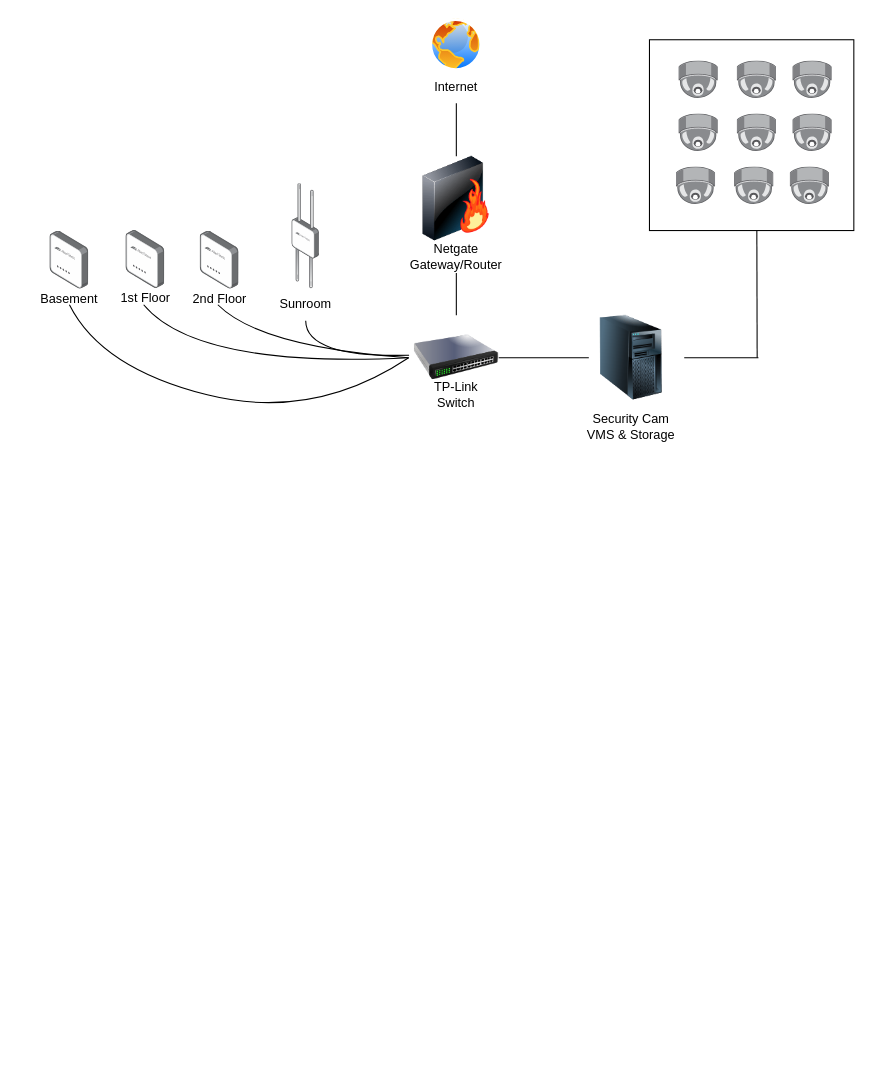
Earlier version of the draw.io diagram page "Page-2" (2 of 2) of Untitled Diagram.drawio (mannyvnj/Draw.io). Source tidied: cells renumbered, new cells numbered last; positions are measured from the earlier drawing's top-left corner, leaving out a move shared by most shapes. Both pictures are drawn from the tidied source at 106%, with x=0, y=0 at pixel (37, 18). Pictures stored in the file or linked from it are replaced by grey dashed boxes.
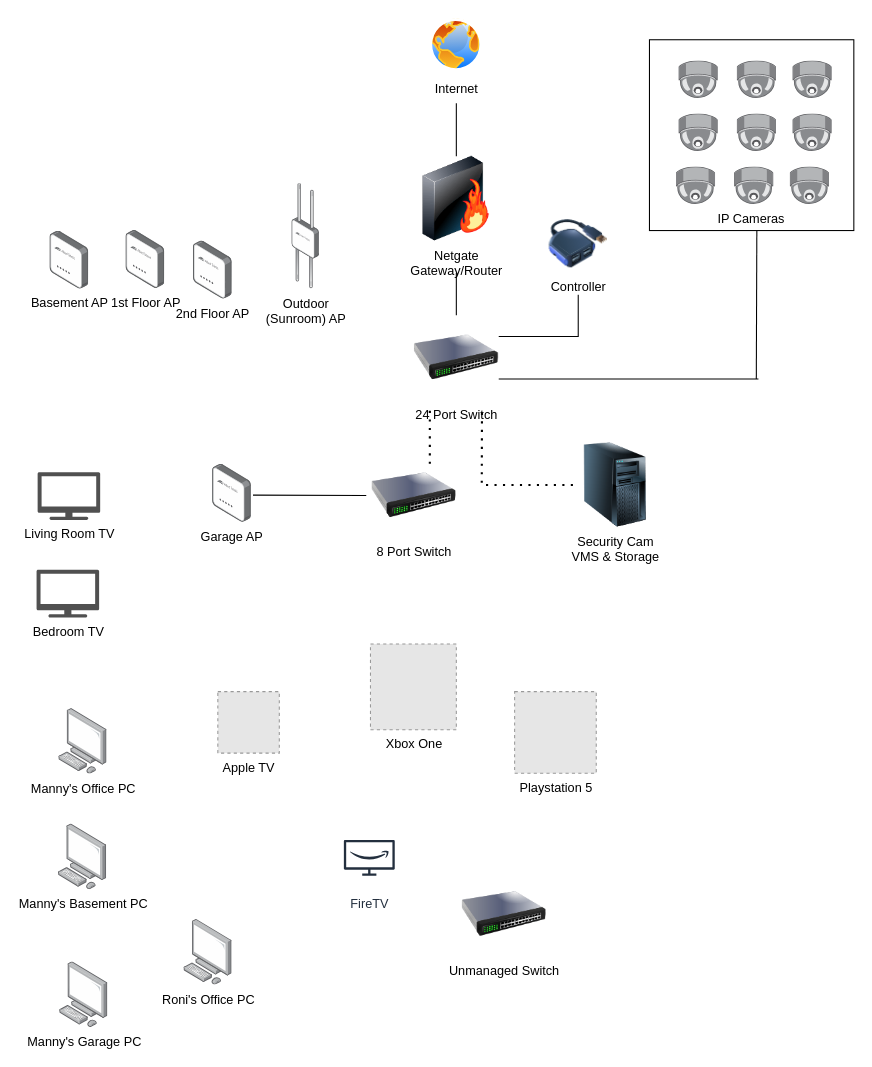
The same diagram, later.

Change to the diagram source:
```diff
@@
-    <mxCell id="2" style="perimeter=ellipsePerimeter;html=1;align=center;shadow=0;dashed=0;spacingTop=3;image;image=img/lib/active_directory/internet_globe.svg;" parent="1" vertex="1">
+    <mxCell id="2" value="Internet" style="perimeter=ellipsePerimeter;html=1;align=center;shadow=0;dashed=0;spacingTop=3;image;image=img/lib/active_directory/internet_globe.svg;" parent="1" vertex="1">
       <mxGeometry x="370" width="50" height="50" as="geometry" />
     </mxCell>
-    <mxCell id="3" style="image;html=1;image=img/lib/clip_art/networking/Firewall-page1_128x128.png;" parent="1" vertex="1">
+    <mxCell id="3" value="&lt;div&gt;Netgate &lt;br&gt;&lt;/div&gt;&lt;div&gt;Gateway/Router&lt;/div&gt;" style="image;html=1;image=img/lib/clip_art/networking/Firewall-page1_128x128.png;" parent="1" vertex="1">
       <mxGeometry x="355" y="130" width="80" height="80" as="geometry" />
     </mxCell>
-    <mxCell id="4" style="endArrow=none;html=1;rounded=0;entryX=0.5;entryY=1;entryDx=0;entryDy=0;exitX=0.5;exitY=0;exitDx=0;exitDy=0;startArrow=none;" parent="1" edge="1" source="12" target="2">
-      <mxGeometry relative="1" as="geometry" />
+    <mxCell id="4" style="endArrow=none;html=1;rounded=0;entryX=0.5;entryY=1;entryDx=0;entryDy=0;exitX=0.5;exitY=0;exitDx=0;exitDy=0;startArrow=none;" parent="1" edge="1" target="2">
+      <mxGeometry relative="1" as="geometry">
+        <mxPoint x="395" y="50" as="sourcePoint" />
+      </mxGeometry>
     </mxCell>
-    <mxCell id="5" style="image;html=1;image=img/lib/clip_art/networking/Switch_128x128.png;" parent="1" vertex="1">
+    <mxCell id="5" value="24 Port Switch" style="image;html=1;image=img/lib/clip_art/networking/Switch_128x128.png;" parent="1" vertex="1">
       <mxGeometry x="355" y="280" width="80" height="80" as="geometry" />
     </mxCell>
-    <mxCell id="6" style="endArrow=none;html=1;rounded=0;exitX=0.5;exitY=0;exitDx=0;exitDy=0;entryX=0.5;entryY=1;entryDx=0;entryDy=0;startArrow=none;" parent="1" edge="1" source="10" target="3">
-      <mxGeometry relative="1" as="geometry" />
+    <mxCell id="6" style="endArrow=none;html=1;rounded=0;exitX=0.5;exitY=0;exitDx=0;exitDy=0;entryX=0.5;entryY=1;entryDx=0;entryDy=0;startArrow=none;" parent="1" edge="1" target="3">
+      <mxGeometry relative="1" as="geometry">
+        <mxPoint x="395" y="210" as="sourcePoint" />
+      </mxGeometry>
     </mxCell>
-    <mxCell id="7" style="image;html=1;image=img/lib/clip_art/computers/Server_Tower_128x128.png;" parent="1" vertex="1">
-      <mxGeometry x="520" y="280" width="80" height="80" as="geometry" />
+    <mxCell id="7" value="&lt;div&gt;Security Cam&lt;/div&gt;&lt;div&gt;VMS &amp;amp; Storage&lt;br&gt;&lt;/div&gt;" style="image;html=1;image=img/lib/clip_art/computers/Server_Tower_128x128.png;" parent="1" vertex="1">
+      <mxGeometry x="505" y="400" width="80" height="80" as="geometry" />
     </mxCell>
-    <mxCell id="8" value="TP-Link Switch" style="text;html=1;strokeColor=none;fillColor=none;align=center;verticalAlign=middle;whiteSpace=wrap;rounded=0;" parent="1" vertex="1">
-      <mxGeometry x="365" y="340" width="60" height="30" as="geometry" />
-    </mxCell>
-    <mxCell id="9" value="Security Cam VMS &amp;amp; Storage" style="text;html=1;strokeColor=none;fillColor=none;align=center;verticalAlign=middle;whiteSpace=wrap;rounded=0;" parent="1" vertex="1">
-      <mxGeometry x="515" y="370" width="90" height="30" as="geometry" />
-    </mxCell>
-    <mxCell id="10" value="Netgate Gateway/Router" style="text;html=1;strokeColor=none;fillColor=none;align=center;verticalAlign=middle;whiteSpace=wrap;rounded=0;" parent="1" vertex="1">
-      <mxGeometry x="365" y="210" width="60" height="30" as="geometry" />
-    </mxCell>
-    <mxCell id="11" style="endArrow=none;html=1;rounded=0;exitX=0.5;exitY=0;exitDx=0;exitDy=0;entryX=0.5;entryY=1;entryDx=0;entryDy=0;" parent="1" edge="1" source="5" target="10">
-      <mxGeometry relative="1" as="geometry" />
+    <mxCell id="11" style="endArrow=none;html=1;rounded=0;exitX=0.5;exitY=0;exitDx=0;exitDy=0;entryX=0.5;entryY=1;entryDx=0;entryDy=0;" parent="1" edge="1" source="5">
+      <mxGeometry relative="1" as="geometry">
+        <mxPoint x="395" y="240" as="targetPoint" />
+      </mxGeometry>
     </mxCell>
-    <mxCell id="12" value="Internet" style="text;html=1;strokeColor=none;fillColor=none;align=center;verticalAlign=middle;whiteSpace=wrap;rounded=0;" parent="1" vertex="1">
-      <mxGeometry x="365" y="50" width="60" height="30" as="geometry" />
-    </mxCell>
-    <mxCell id="13" style="endArrow=none;html=1;rounded=0;entryX=0.5;entryY=1;entryDx=0;entryDy=0;exitX=0.5;exitY=0;exitDx=0;exitDy=0;" parent="1" edge="1" source="3" target="12">
-      <mxGeometry relative="1" as="geometry" />
+    <mxCell id="13" style="endArrow=none;html=1;rounded=0;entryX=0.5;entryY=1;entryDx=0;entryDy=0;exitX=0.5;exitY=0;exitDx=0;exitDy=0;" parent="1" edge="1" source="3">
+      <mxGeometry relative="1" as="geometry">
+        <mxPoint x="395" y="80" as="targetPoint" />
+      </mxGeometry>
     </mxCell>
-    <mxCell id="14" style="endArrow=none;html=1;rounded=0;entryX=0;entryY=0.5;entryDx=0;entryDy=0;exitX=1;exitY=0.5;exitDx=0;exitDy=0;" parent="1" edge="1" source="5" target="7">
-      <mxGeometry relative="1" as="geometry" />
-    </mxCell>
@@
-    <mxCell id="24" style="rounded=0;whiteSpace=wrap;html=1;fillColor=none;" parent="1" vertex="1">
+    <mxCell id="24" value="&lt;div&gt;&lt;br&gt;&lt;/div&gt;&lt;div&gt;&lt;br&gt;&lt;/div&gt;&lt;div&gt;&lt;br&gt;&lt;/div&gt;&lt;div&gt;&lt;br&gt;&lt;/div&gt;&lt;div&gt;&lt;br&gt;&lt;/div&gt;&lt;div&gt;&lt;br&gt;&lt;/div&gt;&lt;div&gt;&lt;br&gt;&lt;/div&gt;&lt;div&gt;&lt;br&gt;&lt;/div&gt;&lt;div&gt;&lt;br&gt;&lt;/div&gt;&lt;div&gt;&lt;br&gt;&lt;/div&gt;&lt;div&gt;&lt;br&gt;&lt;/div&gt;&lt;div&gt;IP Cameras&lt;br&gt;&lt;/div&gt;" style="rounded=0;whiteSpace=wrap;html=1;fillColor=none;" parent="1" vertex="1">
       <mxGeometry x="577.2" y="20" width="192.8" height="180" as="geometry" />
     </mxCell>
     <mxCell id="25" style="endArrow=none;html=1;rounded=0;" parent="1" edge="1">
       <mxGeometry relative="1" as="geometry">
-        <mxPoint x="678.8" y="320" as="sourcePoint" />
+        <mxPoint x="678" y="340" as="sourcePoint" />
         <mxPoint x="678.5" y="200" as="targetPoint" />
       </mxGeometry>
     </mxCell>
-    <mxCell id="26" style="endArrow=none;html=1;rounded=0;" parent="1" edge="1">
+    <mxCell id="26" style="endArrow=none;html=1;rounded=0;exitX=1;exitY=0.75;exitDx=0;exitDy=0;" parent="1" edge="1" source="5">
       <mxGeometry relative="1" as="geometry">
-        <mxPoint x="610" y="320" as="sourcePoint" />
-        <mxPoint x="680" y="320" as="targetPoint" />
+        <mxPoint x="680" y="340" as="targetPoint" />
       </mxGeometry>
     </mxCell>
-    <mxCell id="27" style="html=1;align=center;shadow=0;dashed=0;image;image=img/lib/allied_telesis/wireless/Access_Point_Indoor.svg;fillColor=none;" parent="1" vertex="1">
+    <mxCell id="27" value="Basement AP" style="html=1;align=center;shadow=0;dashed=0;image;image=img/lib/allied_telesis/wireless/Access_Point_Indoor.svg;fillColor=none;" parent="1" vertex="1">
       <mxGeometry x="11.7" y="200.6" width="36.6" height="54.6" as="geometry" />
     </mxCell>
-    <mxCell id="28" value="Basement" style="text;html=1;strokeColor=none;fillColor=none;align=center;verticalAlign=middle;whiteSpace=wrap;rounded=0;" parent="1" vertex="1">
-      <mxGeometry y="250" width="60" height="30" as="geometry" />
-    </mxCell>
-    <mxCell id="29" style="html=1;align=center;shadow=0;dashed=0;image;image=img/lib/allied_telesis/wireless/Access_Point_Indoor.svg;fillColor=none;" parent="1" vertex="1">
+    <mxCell id="29" value="1st Floor AP" style="html=1;align=center;shadow=0;dashed=0;image;image=img/lib/allied_telesis/wireless/Access_Point_Indoor.svg;fillColor=none;" parent="1" vertex="1">
       <mxGeometry x="83.4" y="200" width="36.6" height="54.6" as="geometry" />
     </mxCell>
-    <mxCell id="30" value="1st Floor" style="text;html=1;strokeColor=none;fillColor=none;align=center;verticalAlign=middle;whiteSpace=wrap;rounded=0;" parent="1" vertex="1">
-      <mxGeometry x="71.7" y="249.4" width="60" height="30" as="geometry" />
-    </mxCell>
-    <mxCell id="31" style="html=1;align=center;shadow=0;dashed=0;image;image=img/lib/allied_telesis/wireless/Access_Point_Indoor.svg;fillColor=none;" parent="1" vertex="1">
-      <mxGeometry x="153.4" y="200.6" width="36.6" height="54.6" as="geometry" />
+    <mxCell id="31" value="2nd Floor AP" style="html=1;align=center;shadow=0;dashed=0;image;image=img/lib/allied_telesis/wireless/Access_Point_Indoor.svg;fillColor=none;" parent="1" vertex="1">
+      <mxGeometry x="147" y="210" width="36.6" height="54.6" as="geometry" />
     </mxCell>
-    <mxCell id="32" value="2nd Floor" style="text;html=1;strokeColor=none;fillColor=none;align=center;verticalAlign=middle;whiteSpace=wrap;rounded=0;" parent="1" vertex="1">
-      <mxGeometry x="141.7" y="250" width="60" height="30" as="geometry" />
-    </mxCell>
-    <mxCell id="33" style="html=1;align=center;shadow=0;dashed=0;image;image=img/lib/allied_telesis/wireless/Access_Point_Outdoor.svg;fillColor=none;" parent="1" vertex="1">
+    <mxCell id="33" value="&lt;div&gt;Outdoor &lt;br&gt;&lt;/div&gt;&lt;div&gt;(Sunroom) AP&lt;/div&gt;" style="html=1;align=center;shadow=0;dashed=0;image;image=img/lib/allied_telesis/wireless/Access_Point_Outdoor.svg;fillColor=none;" parent="1" vertex="1">
       <mxGeometry x="240" y="156" width="25.8" height="99.6" as="geometry" />
     </mxCell>
-    <mxCell id="34" value="Sunroom" style="text;html=1;strokeColor=none;fillColor=none;align=center;verticalAlign=middle;whiteSpace=wrap;rounded=0;" parent="1" vertex="1">
-      <mxGeometry x="222.9" y="255.2" width="60" height="30" as="geometry" />
-    </mxCell>
-    <mxCell id="35" style="endArrow=none;html=1;curved=1;" parent="1" edge="1">
-      <mxGeometry relative="1" as="geometry">
-        <mxPoint x="350" y="320" as="sourcePoint" />
-        <mxPoint x="30" y="270" as="targetPoint" />
-        <Array as="points">
-          <mxPoint x="260" y="380" />
-          <mxPoint x="60" y="330" />
-        </Array>
-      </mxGeometry>
-    </mxCell>
-    <mxCell id="36" style="endArrow=none;html=1;curved=1;" parent="1" edge="1">
-      <mxGeometry relative="1" as="geometry">
-        <mxPoint x="350" y="320" as="sourcePoint" />
-        <mxPoint x="100" y="270" as="targetPoint" />
-        <Array as="points">
-          <mxPoint x="150" y="330" />
-        </Array>
-      </mxGeometry>
-    </mxCell>
-    <mxCell id="37" style="endArrow=none;html=1;curved=1;" parent="1" edge="1">
-      <mxGeometry relative="1" as="geometry">
-        <mxPoint x="350" y="320" as="sourcePoint" />
-        <mxPoint x="170" y="270" as="targetPoint" />
-        <Array as="points">
-          <mxPoint x="210" y="310" />
-        </Array>
-      </mxGeometry>
-    </mxCell>
-    <mxCell id="38" style="endArrow=none;html=1;entryX=0.5;entryY=1;entryDx=0;entryDy=0;exitX=-0.057;exitY=0.47;exitDx=0;exitDy=0;exitPerimeter=0;curved=1;" parent="1" edge="1" source="5" target="34">
-      <mxGeometry relative="1" as="geometry">
-        <Array as="points">
-          <mxPoint x="253" y="320" />
-        </Array>
-      </mxGeometry>
-    </mxCell>
+    <mxCell id="39" style="endArrow=none;dashed=1;html=1;dashPattern=1 3;strokeWidth=2;curved=1;" parent="1" edge="1">
+      <mxGeometry relative="1" as="geometry">
+        <mxPoint x="370" y="420" as="sourcePoint" />
+        <mxPoint x="370" y="370" as="targetPoint" />
+      </mxGeometry>
+    </mxCell>
+    <mxCell id="40" style="endArrow=none;dashed=1;html=1;dashPattern=1 3;strokeWidth=2;exitX=0;exitY=0.5;exitDx=0;exitDy=0;rounded=0;" parent="1" edge="1" source="7">
+      <mxGeometry relative="1" as="geometry">
+        <mxPoint x="419.2" y="370" as="targetPoint" />
+        <Array as="points">
+          <mxPoint x="419" y="440" />
+        </Array>
+      </mxGeometry>
+    </mxCell>
+    <mxCell id="41" value="8 Port Switch" style="image;html=1;image=img/lib/clip_art/networking/Switch_128x128.png;" parent="1" vertex="1">
+      <mxGeometry x="315" y="410" width="80" height="80" as="geometry" />
+    </mxCell>
+    <mxCell id="42" style="endArrow=none;html=1;rounded=0;exitX=1;exitY=0.25;exitDx=0;exitDy=0;" parent="1" edge="1" source="5">
+      <mxGeometry relative="1" as="geometry">
+        <mxPoint x="510" y="260" as="targetPoint" />
+        <Array as="points">
+          <mxPoint x="510" y="300" />
+        </Array>
+      </mxGeometry>
+    </mxCell>
+    <mxCell id="43" value="Controller" style="image;html=1;image=img/lib/clip_art/computers/USB_Hub_128x128.png;fillColor=none;" parent="1" vertex="1">
+      <mxGeometry x="482.5" y="185" width="55" height="55" as="geometry" />
+    </mxCell>
+    <mxCell id="44" value="Garage AP" style="points=[];html=1;align=center;shadow=0;dashed=0;image;image=img/lib/allied_telesis/wireless/Access_Point_Indoor.svg;fillColor=none;" parent="1" vertex="1">
+      <mxGeometry x="165.1" y="420.6" width="36.6" height="54.6" as="geometry" />
+    </mxCell>
+    <mxCell id="45" style="endArrow=none;html=1;rounded=0;exitX=1.041;exitY=0.531;exitDx=0;exitDy=0;exitPerimeter=0;" parent="1" edge="1" source="44">
+      <mxGeometry relative="1" as="geometry">
+        <mxPoint x="310" y="450" as="targetPoint" />
+      </mxGeometry>
+    </mxCell>
+    <mxCell id="46" value="Living Room TV" style="sketch=0;shadow=0;dashed=0;html=1;strokeColor=none;fillColor=#505050;labelPosition=center;verticalLabelPosition=bottom;verticalAlign=top;align=center;shape=mxgraph.office.devices.tv;" parent="1" vertex="1">
+      <mxGeometry y="428" width="59" height="45" as="geometry" />
+    </mxCell>
+    <mxCell id="47" value="Bedroom TV" style="sketch=0;shadow=0;dashed=0;html=1;strokeColor=none;fillColor=#505050;labelPosition=center;verticalLabelPosition=bottom;verticalAlign=top;align=center;shape=mxgraph.office.devices.tv;" parent="1" vertex="1">
+      <mxGeometry x="-1" y="520" width="59" height="45" as="geometry" />
+    </mxCell>
+    <mxCell id="48" value="Apple TV" style="fillColor=#E6E6E6;strokeColor=#999999;dashed=1;html=1;verticalAlign=top;verticalLabelPosition=bottom;labelBackgroundColor=#ffffff;" parent="1" vertex="1">
+      <mxGeometry x="170" y="635" width="58" height="58" as="geometry" />
+    </mxCell>
+    <mxCell id="49" value="Playstation 5" style="fillColor=#E6E6E6;strokeColor=#999999;dashed=1;html=1;verticalAlign=top;verticalLabelPosition=bottom;labelBackgroundColor=#ffffff;" parent="1" vertex="1">
+      <mxGeometry x="450" y="635" width="77" height="77" as="geometry" />
+    </mxCell>
+    <mxCell id="50" value="Manny's Office PC" style="html=1;align=center;shadow=0;dashed=0;image;image=img/lib/allied_telesis/computer_and_terminals/Personal_Computer.svg;fillColor=none;" parent="1" vertex="1">
+      <mxGeometry x="20" y="651" width="45.6" height="61.8" as="geometry" />
+    </mxCell>
+    <mxCell id="51" value="Manny's Basement PC" style="html=1;align=center;shadow=0;dashed=0;image;image=img/lib/allied_telesis/computer_and_terminals/Personal_Computer.svg;fillColor=none;" parent="1" vertex="1">
+      <mxGeometry x="19.7" y="760" width="45.6" height="61.8" as="geometry" />
+    </mxCell>
+    <mxCell id="52" value="Manny's Garage PC" style="html=1;align=center;shadow=0;dashed=0;image;image=img/lib/allied_telesis/computer_and_terminals/Personal_Computer.svg;fillColor=none;" parent="1" vertex="1">
+      <mxGeometry x="20.8" y="890" width="45.6" height="61.8" as="geometry" />
+    </mxCell>
+    <mxCell id="53" value="Roni's Office PC" style="html=1;align=center;shadow=0;dashed=0;image;image=img/lib/allied_telesis/computer_and_terminals/Personal_Computer.svg;fillColor=none;" parent="1" vertex="1">
+      <mxGeometry x="138" y="850" width="45.6" height="61.8" as="geometry" />
+    </mxCell>
+    <mxCell id="54" value="&lt;div&gt;Unmanaged Switch&lt;/div&gt;" style="image;html=1;image=img/lib/clip_art/networking/Switch_128x128.png;fillColor=none;" parent="1" vertex="1">
+      <mxGeometry x="400" y="805" width="80" height="80" as="geometry" />
+    </mxCell>
+    <mxCell id="55" value="Xbox One" style="fillColor=#E6E6E6;strokeColor=#999999;dashed=1;html=1;verticalAlign=top;verticalLabelPosition=bottom;labelBackgroundColor=#ffffff;" parent="1" vertex="1">
+      <mxGeometry x="314" y="590" width="81" height="81" as="geometry" />
+    </mxCell>
+    <mxCell id="56" value="FireTV" style="sketch=0;fontColor=#232F3E;gradientColor=none;strokeColor=#232F3E;fillColor=#ffffff;dashed=0;verticalLabelPosition=bottom;verticalAlign=top;align=center;html=1;fontSize=12;fontStyle=0;shape=mxgraph.aws4.resourceIcon;resIcon=mxgraph.aws4.firetv;" parent="1" vertex="1">
+      <mxGeometry x="282.9" y="761.8" width="60" height="60" as="geometry" />
+    </mxCell>
```
